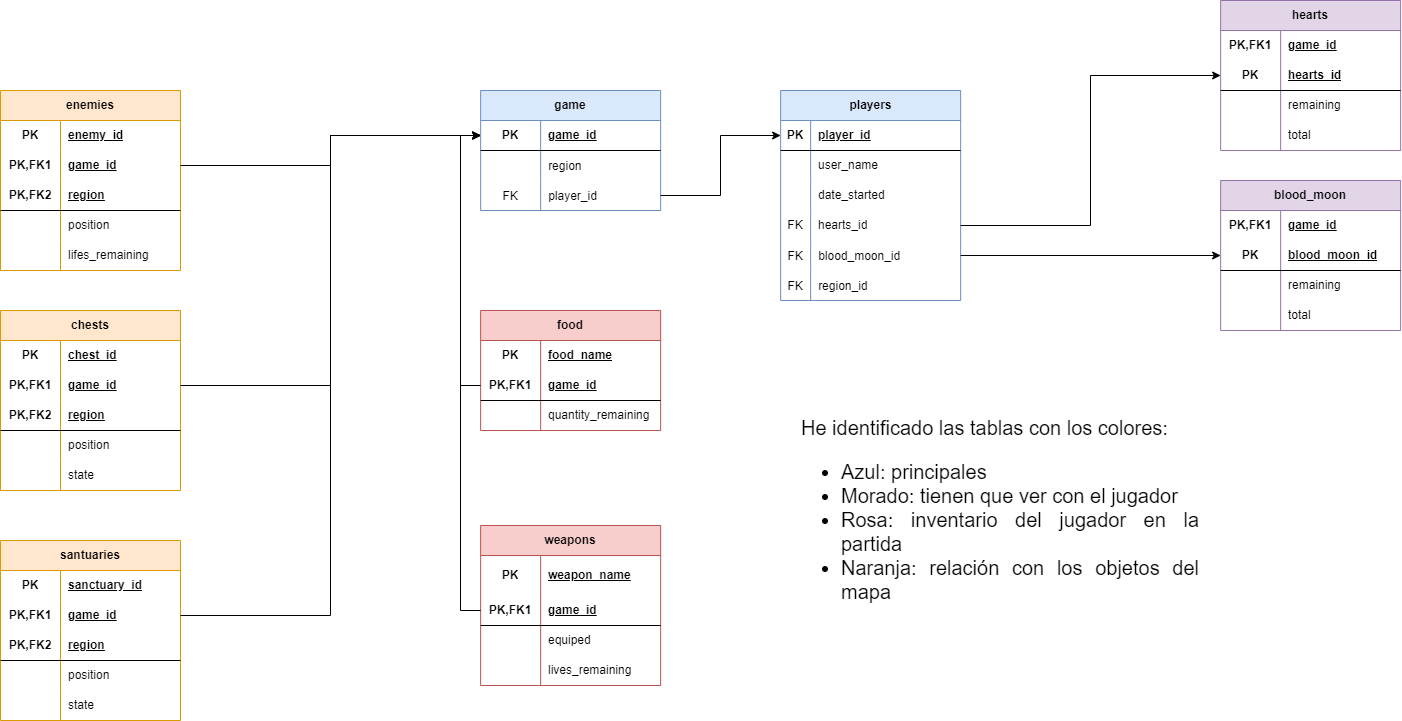
UnaxFM/Projecte-_Zelda keeps this draw.io diagram as M2/zelda_diagrama.png. Above is the earlier version. Source tidied: cells renumbered, new cells last; positions are measured from the earlier drawing's top-left corner, leaving out a move shared by most shapes.
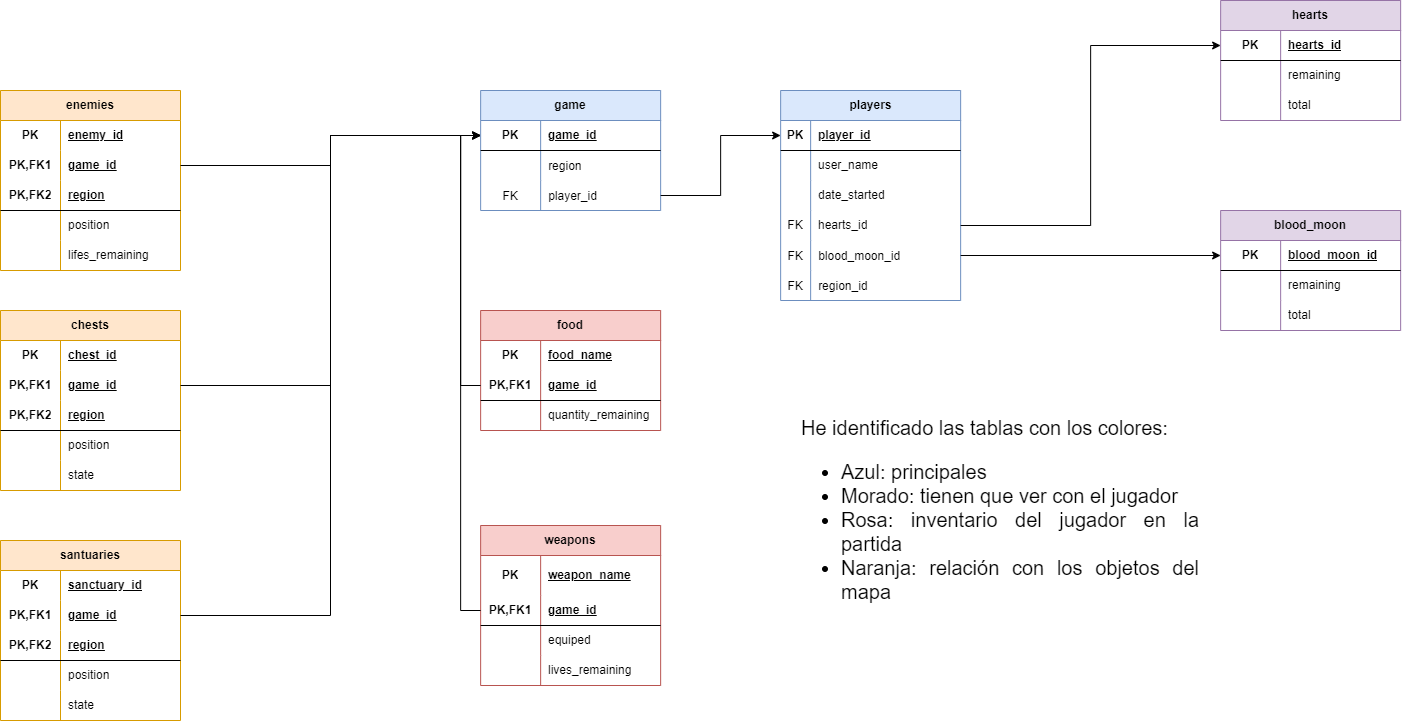
Later version of the same file.

Change to the diagram source:
```diff
@@ -90,19 +90,10 @@
       <mxGeometry x="60" width="120" height="30" as="geometry" />
     </mxCell>
     <mxCell id="31" value="hearts" style="shape=table;startSize=30;rowLines=0;fontStyle=1;align=center;html=1;whiteSpace=wrap;fillColor=#e1d5e7;strokeColor=#9673a6;" parent="1" vertex="1">
-      <mxGeometry x="1220.1" width="180" height="150" as="geometry" />
+      <mxGeometry x="1220.1" width="180" height="120" as="geometry" />
     </mxCell>
-    <mxCell id="32" style="shape=tableRow;horizontal=0;startSize=0;swimlaneHead=0;swimlaneBody=0;fillColor=none;top=0;left=0;right=0;bottom=0;html=1;" parent="31" vertex="1">
-      <mxGeometry y="30" width="180" height="30" as="geometry" />
-    </mxCell>
-    <mxCell id="33" value="PK,FK1" style="shape=partialRectangle;fillColor=none;top=0;left=0;bottom=0;right=0;fontStyle=1;overflow=hidden;html=1;whiteSpace=wrap;" parent="32" vertex="1">
-      <mxGeometry width="60" height="30" as="geometry" />
-    </mxCell>
-    <mxCell id="34" value="game_id" style="shape=partialRectangle;fillColor=none;top=0;left=0;bottom=0;right=0;align=left;spacingLeft=6;fontStyle=5;overflow=hidden;html=1;whiteSpace=wrap;" parent="32" vertex="1">
-      <mxGeometry x="60" width="120" height="30" as="geometry" />
-    </mxCell>
     <mxCell id="35" style="shape=tableRow;horizontal=0;startSize=0;swimlaneHead=0;swimlaneBody=0;fillColor=none;points=[[0,0.5],[1,0.5]];portConstraint=eastwest;top=0;left=0;right=0;bottom=1;html=1;" parent="31" vertex="1">
-      <mxGeometry y="60" width="180" height="30" as="geometry" />
+      <mxGeometry y="30" width="180" height="30" as="geometry" />
     </mxCell>
     <mxCell id="36" value="PK" style="shape=partialRectangle;fillColor=none;top=0;left=0;bottom=0;right=0;fontStyle=1;overflow=hidden;html=1;whiteSpace=wrap;" parent="35" vertex="1">
       <mxGeometry width="60" height="30" as="geometry" />
@@ -111,7 +102,7 @@
       <mxGeometry x="60" width="120" height="30" as="geometry" />
     </mxCell>
     <mxCell id="38" style="shape=tableRow;horizontal=0;startSize=0;swimlaneHead=0;swimlaneBody=0;fillColor=none;top=0;left=0;right=0;bottom=0;html=1;" parent="31" vertex="1">
-      <mxGeometry y="90" width="180" height="30" as="geometry" />
+      <mxGeometry y="60" width="180" height="30" as="geometry" />
     </mxCell>
     <mxCell id="39" style="shape=partialRectangle;fillColor=none;top=0;left=0;bottom=0;right=0;overflow=hidden;html=1;whiteSpace=wrap;" parent="38" vertex="1">
       <mxGeometry width="60" height="30" as="geometry" />
@@ -120,7 +111,7 @@
       <mxGeometry x="60" width="120" height="30" as="geometry" />
     </mxCell>
     <mxCell id="41" style="shape=tableRow;horizontal=0;startSize=0;swimlaneHead=0;swimlaneBody=0;fillColor=none;top=0;left=0;right=0;bottom=0;html=1;" parent="31" vertex="1">
-      <mxGeometry y="120" width="180" height="30" as="geometry" />
+      <mxGeometry y="90" width="180" height="30" as="geometry" />
     </mxCell>
     <mxCell id="42" style="shape=partialRectangle;fillColor=none;top=0;left=0;bottom=0;right=0;overflow=hidden;html=1;whiteSpace=wrap;" parent="41" vertex="1">
       <mxGeometry width="60" height="30" as="geometry" />
@@ -129,19 +120,10 @@
       <mxGeometry x="60" width="120" height="30" as="geometry" />
     </mxCell>
     <mxCell id="44" value="blood_moon" style="shape=table;startSize=30;rowLines=0;fontStyle=1;align=center;html=1;whiteSpace=wrap;fillColor=#e1d5e7;strokeColor=#9673a6;" parent="1" vertex="1">
-      <mxGeometry x="1220.1" y="180" width="180" height="150" as="geometry" />
+      <mxGeometry x="1220.1" y="210" width="180" height="120" as="geometry" />
     </mxCell>
-    <mxCell id="45" style="shape=tableRow;horizontal=0;startSize=0;swimlaneHead=0;swimlaneBody=0;fillColor=none;top=0;left=0;right=0;bottom=0;html=1;" parent="44" vertex="1">
-      <mxGeometry y="30" width="180" height="30" as="geometry" />
-    </mxCell>
-    <mxCell id="46" value="PK,FK1" style="shape=partialRectangle;fillColor=none;top=0;left=0;bottom=0;right=0;fontStyle=1;overflow=hidden;html=1;whiteSpace=wrap;" parent="45" vertex="1">
-      <mxGeometry width="60" height="30" as="geometry" />
-    </mxCell>
-    <mxCell id="47" value="game_id" style="shape=partialRectangle;fillColor=none;top=0;left=0;bottom=0;right=0;align=left;spacingLeft=6;fontStyle=5;overflow=hidden;html=1;whiteSpace=wrap;" parent="45" vertex="1">
-      <mxGeometry x="60" width="120" height="30" as="geometry" />
-    </mxCell>
     <mxCell id="48" style="shape=tableRow;horizontal=0;startSize=0;swimlaneHead=0;swimlaneBody=0;fillColor=none;points=[[0,0.5],[1,0.5]];portConstraint=eastwest;top=0;left=0;right=0;bottom=1;html=1;" parent="44" vertex="1">
-      <mxGeometry y="60" width="180" height="30" as="geometry" />
+      <mxGeometry y="30" width="180" height="30" as="geometry" />
     </mxCell>
     <mxCell id="49" value="PK" style="shape=partialRectangle;fillColor=none;top=0;left=0;bottom=0;right=0;fontStyle=1;overflow=hidden;html=1;whiteSpace=wrap;" parent="48" vertex="1">
       <mxGeometry width="60" height="30" as="geometry" />
@@ -150,7 +132,7 @@
       <mxGeometry x="60" width="120" height="30" as="geometry" />
     </mxCell>
     <mxCell id="51" style="shape=tableRow;horizontal=0;startSize=0;swimlaneHead=0;swimlaneBody=0;fillColor=none;top=0;left=0;right=0;bottom=0;html=1;" parent="44" vertex="1">
-      <mxGeometry y="90" width="180" height="30" as="geometry" />
+      <mxGeometry y="60" width="180" height="30" as="geometry" />
     </mxCell>
     <mxCell id="52" style="shape=partialRectangle;fillColor=none;top=0;left=0;bottom=0;right=0;overflow=hidden;html=1;whiteSpace=wrap;" parent="51" vertex="1">
       <mxGeometry width="60" height="30" as="geometry" />
@@ -159,7 +141,7 @@
       <mxGeometry x="60" width="120" height="30" as="geometry" />
     </mxCell>
     <mxCell id="54" style="shape=tableRow;horizontal=0;startSize=0;swimlaneHead=0;swimlaneBody=0;fillColor=none;top=0;left=0;right=0;bottom=0;html=1;" parent="44" vertex="1">
-      <mxGeometry y="120" width="180" height="30" as="geometry" />
+      <mxGeometry y="90" width="180" height="30" as="geometry" />
     </mxCell>
     <mxCell id="55" style="shape=partialRectangle;fillColor=none;top=0;left=0;bottom=0;right=0;overflow=hidden;html=1;whiteSpace=wrap;" parent="54" vertex="1">
       <mxGeometry width="60" height="30" as="geometry" />
```
